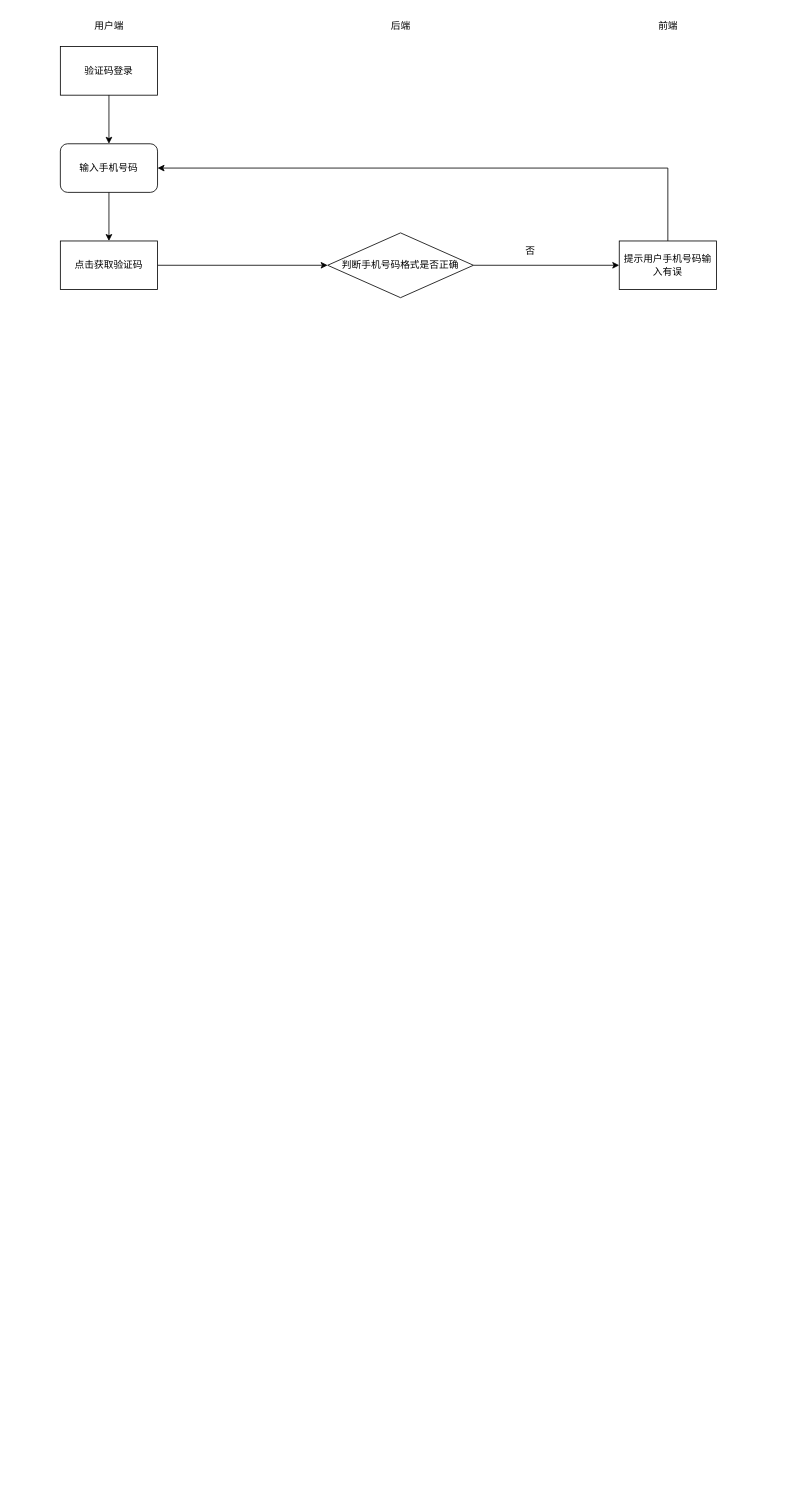
JungleYou/-liuchengtu keeps this draw.io diagram as 未命名绘图.drawio. Above is the earlier version. Source tidied: cells renumbered, new cells numbered last; positions are measured from the earlier drawing's top-left corner, leaving out a move shared by most shapes. Both pictures are drawn from the tidied source at 81%, with x=0, y=0 at pixel (60, 14).
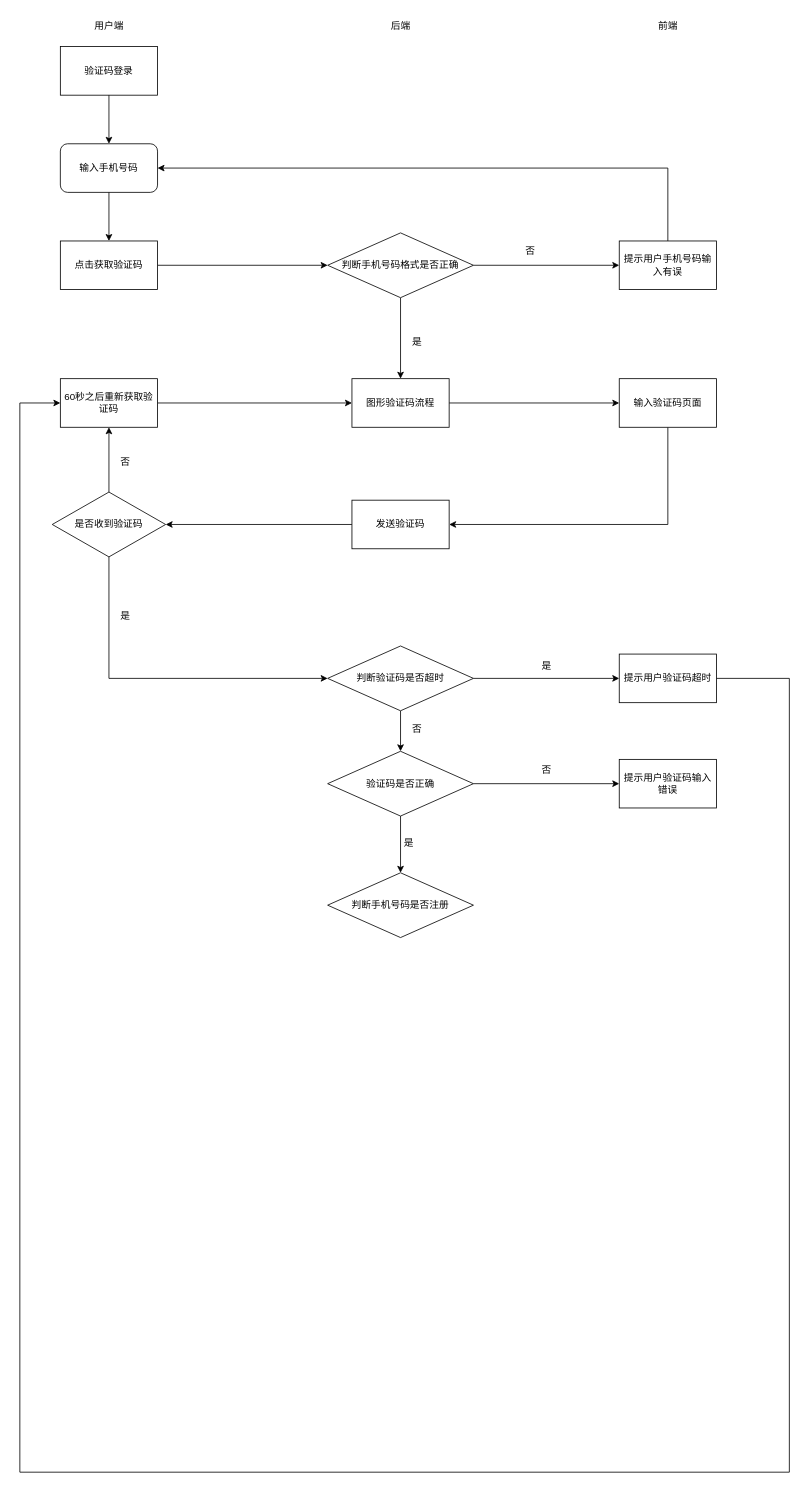
After the change.

Unchanged cells that the change refers to:
```xml
<mxCell id="12" value="判断手机号码格式是否正确" style="rhombus;whiteSpace=wrap;html=1;" parent="1" vertex="1">
  <mxGeometry x="330" y="270" width="180" height="80" as="geometry" />
</mxCell>
```

Diff of the diagram source:
```diff
@@
+    <mxCell id="16" style="edgeStyle=orthogonalEdgeStyle;rounded=0;jettySize=auto;html=1;exitX=0.5;exitY=1;exitDx=0;exitDy=0;entryX=0.5;entryY=0;entryDx=0;entryDy=0;" parent="1" edge="1" source="12" target="18">
+      <mxGeometry relative="1" as="geometry" />
+    </mxCell>
@@
+    <mxCell id="17" style="edgeStyle=orthogonalEdgeStyle;rounded=0;jettySize=auto;html=1;exitX=1;exitY=0.5;exitDx=0;exitDy=0;" parent="1" edge="1" source="18" target="21">
+      <mxGeometry relative="1" as="geometry" />
+    </mxCell>
+    <mxCell id="18" value="图形验证码流程" style="whiteSpace=wrap;html=1;" parent="1" vertex="1">
+      <mxGeometry x="360" y="450" width="120" height="60" as="geometry" />
+    </mxCell>
+    <mxCell id="19" value="是" style="text;html=1;align=center;verticalAlign=middle;strokeColor=none;fillColor=none;" parent="1" vertex="1">
+      <mxGeometry x="420" y="390" width="40" height="30" as="geometry" />
+    </mxCell>
+    <mxCell id="20" style="edgeStyle=orthogonalEdgeStyle;rounded=0;jettySize=auto;html=1;exitX=0.5;exitY=1;exitDx=0;exitDy=0;entryX=1;entryY=0.5;entryDx=0;entryDy=0;" parent="1" edge="1" source="21" target="23">
+      <mxGeometry relative="1" as="geometry" />
+    </mxCell>
+    <mxCell id="21" value="输入验证码页面" style="whiteSpace=wrap;html=1;" parent="1" vertex="1">
+      <mxGeometry x="690" y="450" width="120" height="60" as="geometry" />
+    </mxCell>
+    <mxCell id="22" style="edgeStyle=orthogonalEdgeStyle;rounded=0;jettySize=auto;html=1;exitX=0;exitY=0.5;exitDx=0;exitDy=0;entryX=1;entryY=0.5;entryDx=0;entryDy=0;" parent="1" edge="1" source="23" target="26">
+      <mxGeometry relative="1" as="geometry" />
+    </mxCell>
+    <mxCell id="23" value="发送验证码" style="whiteSpace=wrap;html=1;" parent="1" vertex="1">
+      <mxGeometry x="360" y="600" width="120" height="60" as="geometry" />
+    </mxCell>
+    <mxCell id="24" style="edgeStyle=orthogonalEdgeStyle;rounded=0;jettySize=auto;html=1;exitX=0.5;exitY=0;exitDx=0;exitDy=0;entryX=0.5;entryY=1;entryDx=0;entryDy=0;" parent="1" edge="1" source="26" target="28">
+      <mxGeometry relative="1" as="geometry" />
+    </mxCell>
+    <mxCell id="25" style="edgeStyle=orthogonalEdgeStyle;rounded=0;jettySize=auto;html=1;exitX=0.5;exitY=1;exitDx=0;exitDy=0;entryX=0;entryY=0.5;entryDx=0;entryDy=0;" parent="1" edge="1" source="26" target="32">
+      <mxGeometry relative="1" as="geometry" />
+    </mxCell>
+    <mxCell id="26" value="是否收到验证码" style="rhombus;whiteSpace=wrap;html=1;" parent="1" vertex="1">
+      <mxGeometry x="-10" y="590" width="140" height="80" as="geometry" />
+    </mxCell>
+    <mxCell id="27" style="edgeStyle=orthogonalEdgeStyle;rounded=0;jettySize=auto;html=1;exitX=1;exitY=0.5;exitDx=0;exitDy=0;entryX=0;entryY=0.5;entryDx=0;entryDy=0;" parent="1" edge="1" source="28" target="18">
+      <mxGeometry relative="1" as="geometry" />
+    </mxCell>
+    <mxCell id="28" value="60秒之后重新获取验证码" style="whiteSpace=wrap;html=1;" parent="1" vertex="1">
+      <mxGeometry y="450" width="120" height="60" as="geometry" />
+    </mxCell>
+    <mxCell id="29" value="否" style="text;html=1;align=center;verticalAlign=middle;strokeColor=none;fillColor=none;" parent="1" vertex="1">
+      <mxGeometry x="60" y="538" width="40" height="30" as="geometry" />
+    </mxCell>
+    <mxCell id="30" style="edgeStyle=orthogonalEdgeStyle;rounded=0;jettySize=auto;html=1;exitX=1;exitY=0.5;exitDx=0;exitDy=0;" parent="1" edge="1" source="32" target="35">
+      <mxGeometry relative="1" as="geometry" />
+    </mxCell>
+    <mxCell id="31" style="edgeStyle=orthogonalEdgeStyle;rounded=0;jettySize=auto;html=1;exitX=0.5;exitY=1;exitDx=0;exitDy=0;entryX=0.5;entryY=0;entryDx=0;entryDy=0;" parent="1" edge="1" source="32" target="39">
+      <mxGeometry relative="1" as="geometry" />
+    </mxCell>
+    <mxCell id="32" value="判断验证码是否超时" style="rhombus;whiteSpace=wrap;html=1;" parent="1" vertex="1">
+      <mxGeometry x="330" y="780" width="180" height="80" as="geometry" />
+    </mxCell>
+    <mxCell id="33" value="是" style="text;html=1;align=center;verticalAlign=middle;strokeColor=none;fillColor=none;" parent="1" vertex="1">
+      <mxGeometry x="60" y="728" width="40" height="30" as="geometry" />
+    </mxCell>
+    <mxCell id="34" style="edgeStyle=orthogonalEdgeStyle;rounded=0;jettySize=auto;html=1;exitX=1;exitY=0.5;exitDx=0;exitDy=0;" parent="1" edge="1" source="35" target="28">
+      <mxGeometry relative="1" as="geometry">
+        <Array as="points">
+          <mxPoint x="900" y="820" />
+          <mxPoint x="900" y="1800" />
+          <mxPoint x="-50" y="1800" />
+          <mxPoint x="-50" y="480" />
+        </Array>
+      </mxGeometry>
+    </mxCell>
+    <mxCell id="35" value="提示用户验证码超时" style="whiteSpace=wrap;html=1;" parent="1" vertex="1">
+      <mxGeometry x="690" y="790" width="120" height="60" as="geometry" />
+    </mxCell>
+    <mxCell id="36" value="是" style="text;html=1;align=center;verticalAlign=middle;strokeColor=none;fillColor=none;" parent="1" vertex="1">
+      <mxGeometry x="580" y="790" width="40" height="30" as="geometry" />
+    </mxCell>
+    <mxCell id="37" style="edgeStyle=orthogonalEdgeStyle;rounded=0;jettySize=auto;html=1;exitX=1;exitY=0.5;exitDx=0;exitDy=0;" parent="1" edge="1" source="39" target="41">
+      <mxGeometry relative="1" as="geometry" />
+    </mxCell>
+    <mxCell id="38" style="edgeStyle=orthogonalEdgeStyle;rounded=0;jettySize=auto;html=1;exitX=0.5;exitY=1;exitDx=0;exitDy=0;entryX=0.5;entryY=0;entryDx=0;entryDy=0;" parent="1" edge="1" source="39" target="42">
+      <mxGeometry relative="1" as="geometry" />
+    </mxCell>
+    <mxCell id="39" value="验证码是否正确" style="rhombus;whiteSpace=wrap;html=1;" parent="1" vertex="1">
+      <mxGeometry x="330" y="910" width="180" height="80" as="geometry" />
+    </mxCell>
+    <mxCell id="40" value="否" style="text;html=1;align=center;verticalAlign=middle;strokeColor=none;fillColor=none;" parent="1" vertex="1">
+      <mxGeometry x="420" y="868" width="40" height="30" as="geometry" />
+    </mxCell>
+    <mxCell id="41" value="提示用户验证码输入错误" style="whiteSpace=wrap;html=1;" parent="1" vertex="1">
+      <mxGeometry x="690" y="920" width="120" height="60" as="geometry" />
+    </mxCell>
+    <mxCell id="42" value="判断手机号码是否注册" style="rhombus;whiteSpace=wrap;html=1;" parent="1" vertex="1">
+      <mxGeometry x="330" y="1060" width="180" height="80" as="geometry" />
+    </mxCell>
+    <mxCell id="43" value="否" style="text;html=1;align=center;verticalAlign=middle;strokeColor=none;fillColor=none;" parent="1" vertex="1">
+      <mxGeometry x="580" y="918" width="40" height="30" as="geometry" />
+    </mxCell>
+    <mxCell id="44" value="是" style="text;html=1;align=center;verticalAlign=middle;strokeColor=none;fillColor=none;" parent="1" vertex="1">
+      <mxGeometry x="410" y="1008" width="40" height="30" as="geometry" />
+    </mxCell>
```
